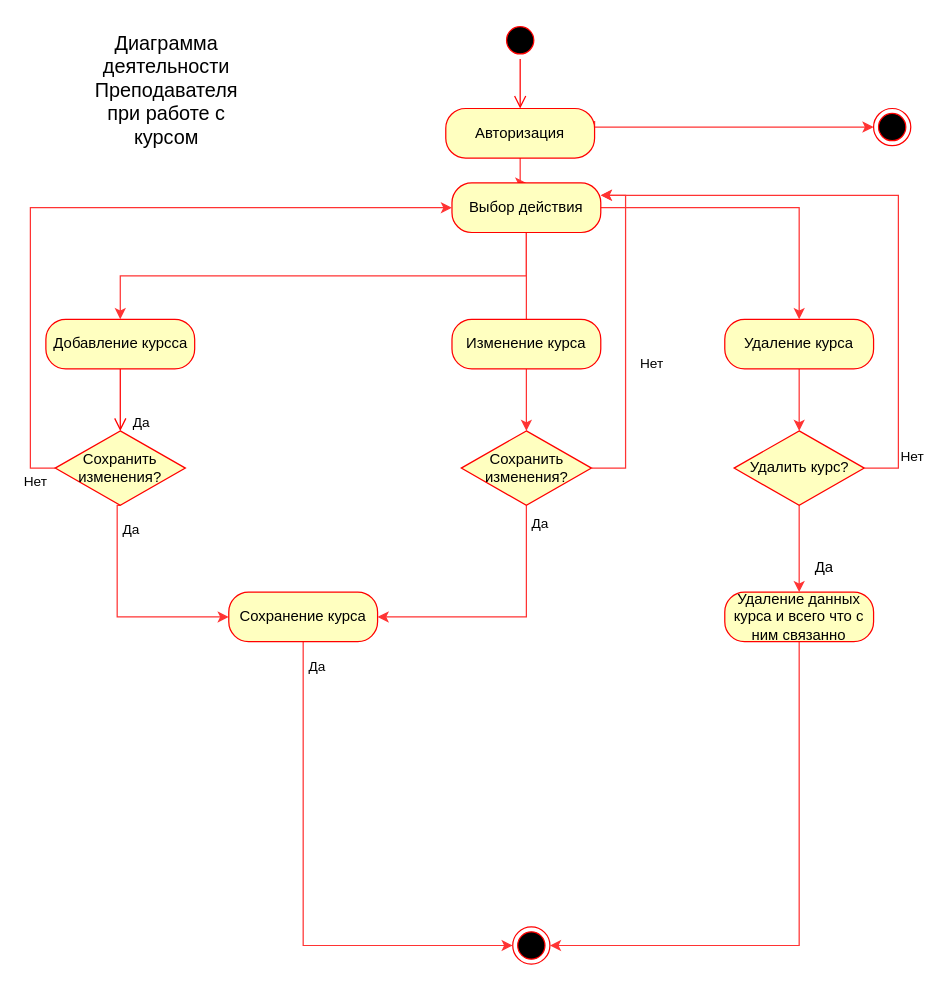
FaridunSalimzoda/myvkr keeps this draw.io diagram as page "Activity topic - Teacher" (9 of 9) of UML.drawio. Above is the earlier version. Source tidied: cells renumbered, new cells numbered last; positions are measured from the earlier drawing's top-left corner, leaving out a move shared by most shapes. Both pictures are drawn from the tidied source at 124%, with x=0, y=0 at pixel (45, 21).
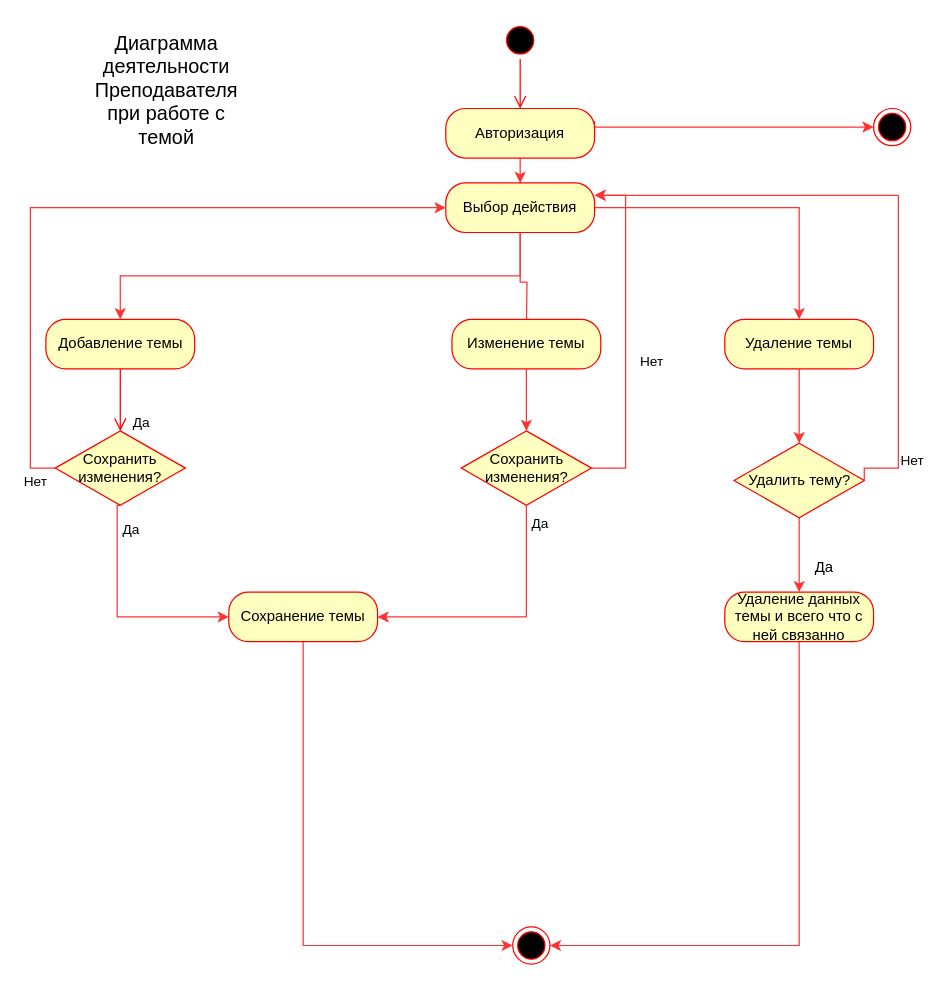
After the change.

The change refers to these unchanged cells:
```xml
<mxCell id="21" style="edgeStyle=orthogonalEdgeStyle;rounded=0;jettySize=auto;html=1;exitX=0.5;exitY=1;exitDx=0;exitDy=0;entryX=0;entryY=0.5;entryDx=0;entryDy=0;strokeColor=#FF3333;" parent="1" edge="1" source="23" target="12">
  <mxGeometry relative="1" as="geometry" />
</mxCell>
```

Change to the diagram source:
```diff
@@
     <mxCell id="10" value="Выбор действия" style="rounded=1;whiteSpace=wrap;html=1;arcSize=40;fontColor=#000000;fillColor=#ffffc0;strokeColor=#ff0000;" parent="1" vertex="1">
-      <mxGeometry x="328" y="130" width="120" height="40" as="geometry" />
+      <mxGeometry x="323" y="130" width="120" height="40" as="geometry" />
     </mxCell>
-    <mxCell id="11" value="&lt;font style=&quot;font-size: 16px&quot;&gt;Диаграмма деятельности Преподавателя&lt;br&gt;при работе с курсом&lt;br&gt;&lt;/font&gt;" style="text;html=1;strokeColor=none;fillColor=none;align=center;verticalAlign=middle;whiteSpace=wrap;rounded=0;" parent="1" vertex="1">
+    <mxCell id="11" value="&lt;font style=&quot;font-size: 16px&quot;&gt;Диаграмма деятельности Преподавателя&lt;br&gt;при работе с темой&lt;br&gt;&lt;/font&gt;" style="text;html=1;strokeColor=none;fillColor=none;align=center;verticalAlign=middle;whiteSpace=wrap;rounded=0;" parent="1" vertex="1">
       <mxGeometry x="28" y="10" width="140" height="90" as="geometry" />
     </mxCell>
@@
-    <mxCell id="20" value="Добавление курсса" style="rounded=1;whiteSpace=wrap;html=1;arcSize=40;fontColor=#000000;fillColor=#ffffc0;strokeColor=#ff0000;" parent="1" vertex="1">
+    <mxCell id="20" value="Добавление темы" style="rounded=1;whiteSpace=wrap;html=1;arcSize=40;fontColor=#000000;fillColor=#ffffc0;strokeColor=#ff0000;" parent="1" vertex="1">
       <mxGeometry x="0.5" y="240" width="120" height="40" as="geometry" />
     </mxCell>
@@
-    <mxCell id="22" value="Да" style="edgeLabel;html=1;align=center;verticalAlign=middle;" parent="21" vertex="1">
-      <mxGeometry x="-0.91" y="1" relative="1" as="geometry">
-        <mxPoint x="9" as="offset" />
-      </mxGeometry>
-    </mxCell>
-    <mxCell id="23" value="Сохранение курса" style="rounded=1;whiteSpace=wrap;html=1;arcSize=40;fontColor=#000000;fillColor=#ffffc0;strokeColor=#ff0000;" parent="1" vertex="1">
+    <mxCell id="23" value="Сохранение темы" style="rounded=1;whiteSpace=wrap;html=1;arcSize=40;fontColor=#000000;fillColor=#ffffc0;strokeColor=#ff0000;" parent="1" vertex="1">
       <mxGeometry x="148" y="460" width="120" height="40" as="geometry" />
     </mxCell>
@@
-    <mxCell id="27" value="Изменение курса" style="rounded=1;whiteSpace=wrap;html=1;arcSize=40;fontColor=#000000;fillColor=#ffffc0;strokeColor=#ff0000;" parent="1" vertex="1">
+    <mxCell id="27" value="Изменение темы" style="rounded=1;whiteSpace=wrap;html=1;arcSize=40;fontColor=#000000;fillColor=#ffffc0;strokeColor=#ff0000;" parent="1" vertex="1">
       <mxGeometry x="328" y="240" width="120" height="40" as="geometry" />
     </mxCell>
@@
-    <mxCell id="32" value="Удаление курса" style="rounded=1;whiteSpace=wrap;html=1;arcSize=40;fontColor=#000000;fillColor=#ffffc0;strokeColor=#ff0000;" parent="1" vertex="1">
+    <mxCell id="32" value="Удаление темы" style="rounded=1;whiteSpace=wrap;html=1;arcSize=40;fontColor=#000000;fillColor=#ffffc0;strokeColor=#ff0000;" parent="1" vertex="1">
       <mxGeometry x="548" y="240" width="120" height="40" as="geometry" />
     </mxCell>
@@
-    <mxCell id="34" value="Удалить курс?" style="rhombus;whiteSpace=wrap;html=1;fillColor=#ffffc0;strokeColor=#ff0000;" parent="1" vertex="1">
-      <mxGeometry x="555.5" y="330" width="105" height="60" as="geometry" />
+    <mxCell id="34" value="Удалить тему?" style="rhombus;whiteSpace=wrap;html=1;fillColor=#ffffc0;strokeColor=#ff0000;" parent="1" vertex="1">
+      <mxGeometry x="555.5" y="340" width="105" height="60" as="geometry" />
     </mxCell>
@@
-    <mxCell id="38" value="Удаление данных курса и всего что с ним связанно" style="rounded=1;whiteSpace=wrap;html=1;arcSize=40;fontColor=#000000;fillColor=#ffffc0;strokeColor=#ff0000;" parent="1" vertex="1">
+    <mxCell id="38" value="Удаление данных темы и всего что с ней связанно" style="rounded=1;whiteSpace=wrap;html=1;arcSize=40;fontColor=#000000;fillColor=#ffffc0;strokeColor=#ff0000;" parent="1" vertex="1">
       <mxGeometry x="548" y="460" width="120" height="40" as="geometry" />
     </mxCell>
```
